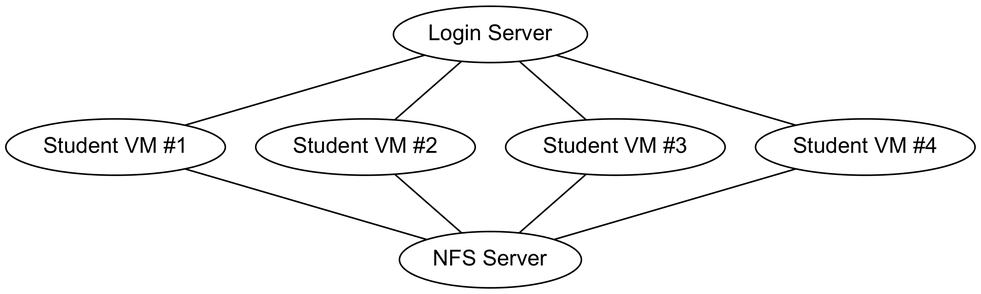
theabro/ukca-playbook keeps this Graphviz diagram as images/scheme.png. Above is the earlier version. Its source is kept beside it as images/scheme.dot. The source it was exported from:
```dot
graph ukca {
    graph [fontname = "arial", dpi = 300];
    node [fontname = "arial"];
    edge [fontname = "arial"];
    "Login Server" -- "Student VM #1" -- "NFS Server";
    "Login Server" -- "Student VM #2" -- "NFS Server";
    "Login Server" -- "Student VM #3" -- "NFS Server";
    "Login Server" -- "Student VM #4" -- "NFS Server";
}
```
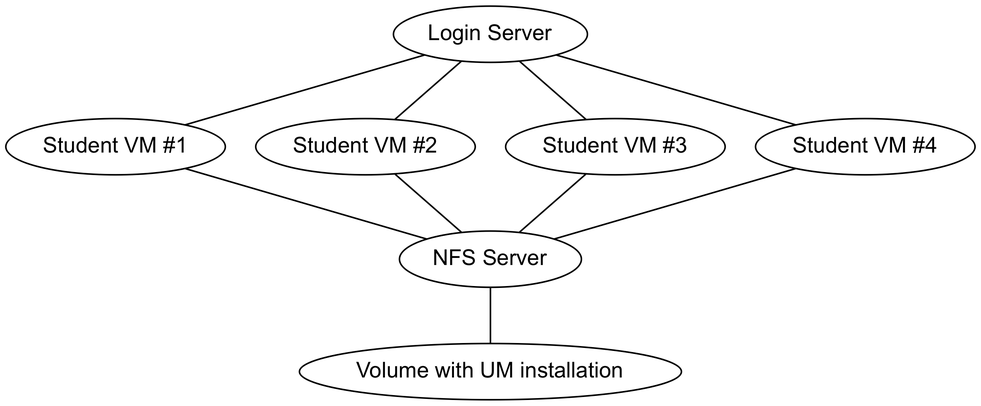
Later version of the same file.

Diff of the diagram source:
```diff
@@ -6,4 +6,5 @@
     "Login Server" -- "Student VM #2" -- "NFS Server";
     "Login Server" -- "Student VM #3" -- "NFS Server";
     "Login Server" -- "Student VM #4" -- "NFS Server";
+    "NFS Server" -- "Volume with UM installation";
 }
```
